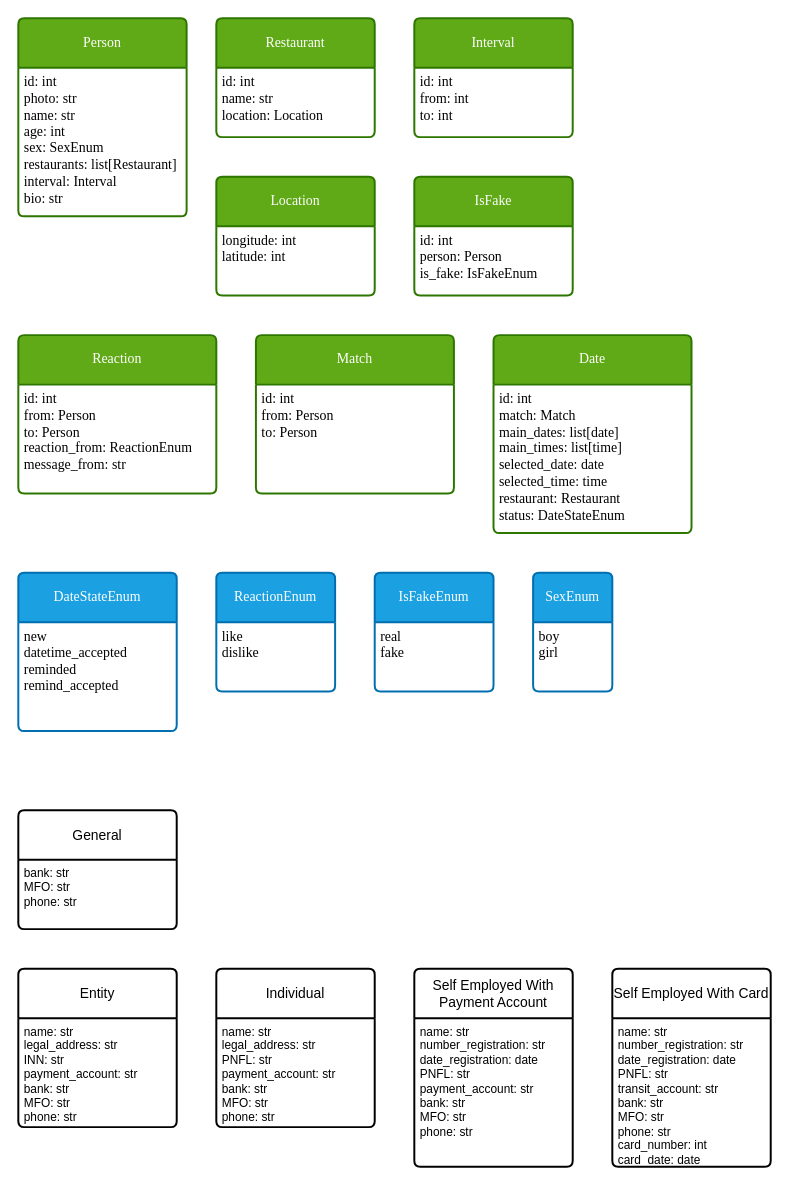
Above: match.drawio in KmvRoman/Diagrams (draw.io), before the change. Source tidied: cells renumbered, new cells numbered last; positions are measured from the earlier drawing's top-left corner, leaving out a move shared by most shapes. Both pictures are drawn from the tidied source at 99%, with x=0, y=0 at pixel (18, 18).
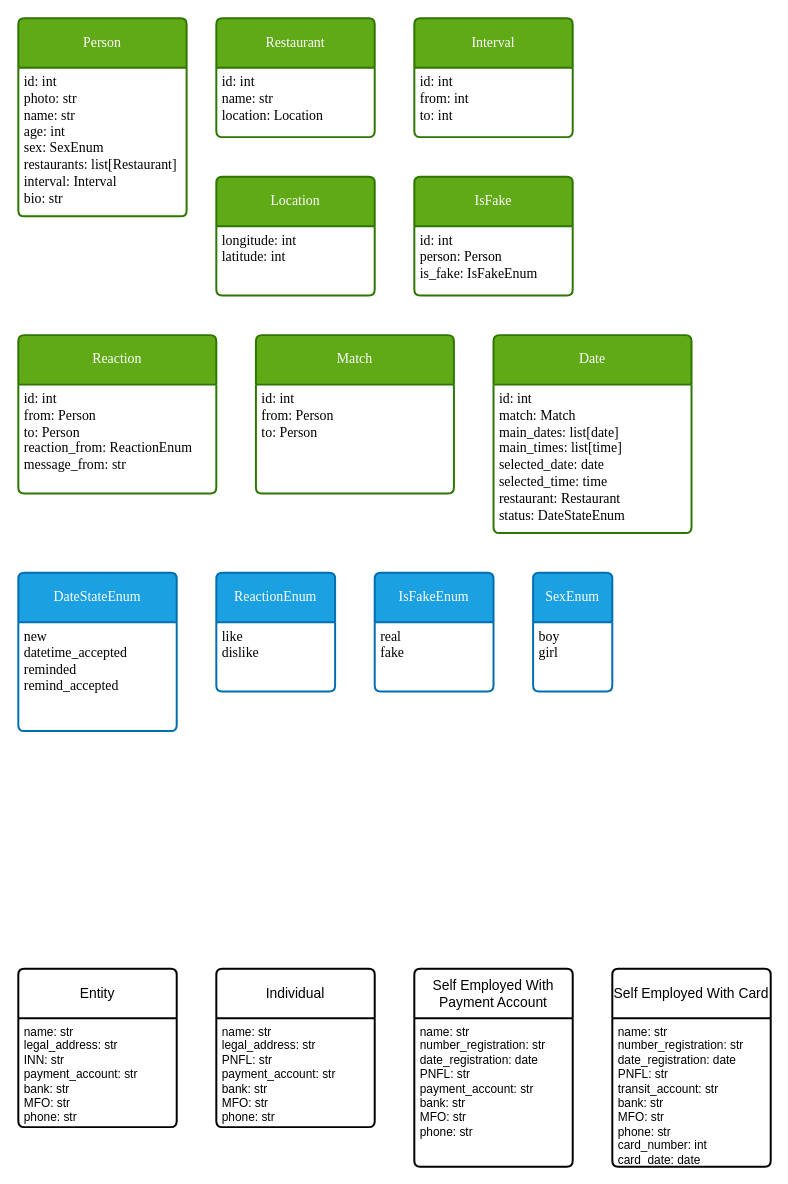
After the change.

Change to the diagram source:
```diff
@@
-    <mxCell id="28" value="General" style="swimlane;horizontal=1;startSize=50;rounded=1;fontSize=14;fontStyle=0;strokeWidth=2;shadow=0;dashed=0;align=center;arcSize=4;whiteSpace=wrap;html=1;" parent="1" vertex="1">
-      <mxGeometry y="800" width="160" height="120" as="geometry" />
-    </mxCell>
-    <mxCell id="29" value="bank: str&lt;br&gt;MFO: str&lt;br&gt;phone: str" style="align=left;strokeColor=none;fillColor=none;spacingLeft=4;fontSize=12;verticalAlign=top;html=1;" parent="28" vertex="1">
-      <mxGeometry y="50" width="160" height="70" as="geometry" />
-    </mxCell>
```
